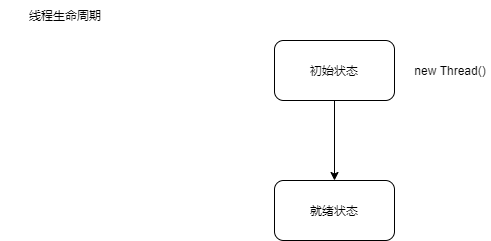
Earlier version of the draw.io export 多线程与高并发/thread.png (LePeitiPrince/note-picture). Source tidied: cells renumbered, new cells last; positions are measured from the earlier drawing's top-left corner, leaving out a move shared by most shapes. Source of this version:
```xml
<mxGraphModel>
  <root>
    <mxCell id="0" />
    <mxCell id="1" parent="0" />
    <mxCell id="2" value="线程生命周期" style="text;html=1;strokeColor=none;fillColor=none;align=center;verticalAlign=middle;whiteSpace=wrap;rounded=0;" parent="1" vertex="1">
      <mxGeometry width="130" height="30" as="geometry" />
    </mxCell>
    <mxCell id="3" style="edgeStyle=orthogonalEdgeStyle;rounded=0;jettySize=auto;html=1;exitX=0.5;exitY=1;exitDx=0;exitDy=0;" parent="1" edge="1" source="4">
      <mxGeometry relative="1" as="geometry">
        <mxPoint x="334" y="180" as="targetPoint" />
      </mxGeometry>
    </mxCell>
    <mxCell id="4" value="初始状态" style="rounded=1;whiteSpace=wrap;html=1;" parent="1" vertex="1">
      <mxGeometry x="274" y="40" width="120" height="60" as="geometry" />
    </mxCell>
    <mxCell id="5" value="就绪状态" style="rounded=1;whiteSpace=wrap;html=1;" parent="1" vertex="1">
      <mxGeometry x="274" y="180" width="120" height="60" as="geometry" />
    </mxCell>
    <mxCell id="6" value="new Thread()" style="text;html=1;strokeColor=none;fillColor=none;align=center;verticalAlign=middle;whiteSpace=wrap;rounded=0;" parent="1" vertex="1">
      <mxGeometry x="410" y="55" width="80" height="30" as="geometry" />
    </mxCell>
  </root>
</mxGraphModel>
```
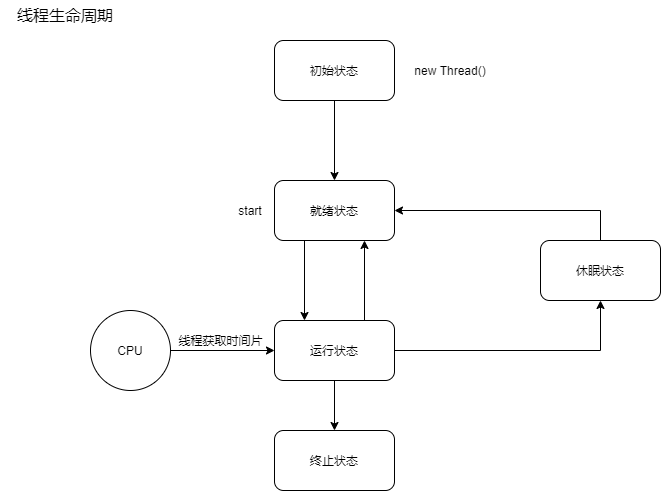
Later version of the same file.

What changed in the source:
```diff
@@ -2,7 +2,7 @@
   <root>
     <mxCell id="0" />
     <mxCell id="1" parent="0" />
-    <mxCell id="2" value="线程生命周期" style="text;html=1;strokeColor=none;fillColor=none;align=center;verticalAlign=middle;whiteSpace=wrap;rounded=0;" parent="1" vertex="1">
+    <mxCell id="2" value="&lt;font style=&quot;font-size: 16px&quot;&gt;线程生命周期&lt;/font&gt;" style="text;html=1;strokeColor=none;fillColor=none;align=center;verticalAlign=middle;whiteSpace=wrap;rounded=0;" parent="1" vertex="1">
       <mxGeometry width="130" height="30" as="geometry" />
     </mxCell>
     <mxCell id="3" style="edgeStyle=orthogonalEdgeStyle;rounded=0;jettySize=auto;html=1;exitX=0.5;exitY=1;exitDx=0;exitDy=0;" parent="1" edge="1" source="4">
@@ -13,11 +13,51 @@
     <mxCell id="4" value="初始状态" style="rounded=1;whiteSpace=wrap;html=1;" parent="1" vertex="1">
       <mxGeometry x="274" y="40" width="120" height="60" as="geometry" />
     </mxCell>
+    <mxCell id="7" style="edgeStyle=orthogonalEdgeStyle;rounded=0;jettySize=auto;html=1;exitX=0.25;exitY=1;exitDx=0;exitDy=0;" parent="1" edge="1" source="5">
+      <mxGeometry relative="1" as="geometry">
+        <mxPoint x="304" y="320" as="targetPoint" />
+      </mxGeometry>
+    </mxCell>
     <mxCell id="5" value="就绪状态" style="rounded=1;whiteSpace=wrap;html=1;" parent="1" vertex="1">
       <mxGeometry x="274" y="180" width="120" height="60" as="geometry" />
     </mxCell>
     <mxCell id="6" value="new Thread()" style="text;html=1;strokeColor=none;fillColor=none;align=center;verticalAlign=middle;whiteSpace=wrap;rounded=0;" parent="1" vertex="1">
       <mxGeometry x="410" y="55" width="80" height="30" as="geometry" />
     </mxCell>
+    <mxCell id="8" value="start" style="text;html=1;strokeColor=none;fillColor=none;align=center;verticalAlign=middle;whiteSpace=wrap;rounded=0;" parent="1" vertex="1">
+      <mxGeometry x="210" y="195" width="80" height="30" as="geometry" />
+    </mxCell>
+    <mxCell id="9" style="edgeStyle=orthogonalEdgeStyle;rounded=0;jettySize=auto;html=1;exitX=0.75;exitY=0;exitDx=0;exitDy=0;entryX=0.75;entryY=1;entryDx=0;entryDy=0;" parent="1" edge="1" source="12" target="5">
+      <mxGeometry relative="1" as="geometry" />
+    </mxCell>
+    <mxCell id="10" style="edgeStyle=orthogonalEdgeStyle;rounded=0;jettySize=auto;html=1;exitX=0.5;exitY=1;exitDx=0;exitDy=0;" parent="1" edge="1" source="12">
+      <mxGeometry relative="1" as="geometry">
+        <mxPoint x="334" y="430" as="targetPoint" />
+      </mxGeometry>
+    </mxCell>
+    <mxCell id="11" style="edgeStyle=orthogonalEdgeStyle;rounded=0;jettySize=auto;html=1;exitX=1;exitY=0.5;exitDx=0;exitDy=0;" parent="1" edge="1" source="12" target="18">
+      <mxGeometry relative="1" as="geometry" />
+    </mxCell>
+    <mxCell id="12" value="运行状态" style="rounded=1;whiteSpace=wrap;html=1;" parent="1" vertex="1">
+      <mxGeometry x="274" y="320" width="120" height="60" as="geometry" />
+    </mxCell>
+    <mxCell id="13" style="edgeStyle=orthogonalEdgeStyle;rounded=0;jettySize=auto;html=1;exitX=1;exitY=0.5;exitDx=0;exitDy=0;entryX=0;entryY=0.5;entryDx=0;entryDy=0;" parent="1" edge="1" source="14" target="12">
+      <mxGeometry relative="1" as="geometry" />
+    </mxCell>
+    <mxCell id="14" value="CPU" style="ellipse;whiteSpace=wrap;html=1;" parent="1" vertex="1">
+      <mxGeometry x="90" y="310" width="80" height="80" as="geometry" />
+    </mxCell>
+    <mxCell id="15" value="线程获取时间片" style="text;html=1;align=center;verticalAlign=middle;strokeColor=none;fillColor=none;" parent="1" vertex="1">
+      <mxGeometry x="170" y="330" width="100" height="20" as="geometry" />
+    </mxCell>
+    <mxCell id="16" value="终止状态" style="rounded=1;whiteSpace=wrap;html=1;" parent="1" vertex="1">
+      <mxGeometry x="274" y="430" width="120" height="60" as="geometry" />
+    </mxCell>
+    <mxCell id="17" style="edgeStyle=orthogonalEdgeStyle;rounded=0;jettySize=auto;html=1;exitX=0.5;exitY=0;exitDx=0;exitDy=0;entryX=1;entryY=0.5;entryDx=0;entryDy=0;" parent="1" edge="1" source="18" target="5">
+      <mxGeometry relative="1" as="geometry" />
+    </mxCell>
+    <mxCell id="18" value="休眠状态" style="rounded=1;whiteSpace=wrap;html=1;" parent="1" vertex="1">
+      <mxGeometry x="540" y="240" width="120" height="60" as="geometry" />
+    </mxCell>
   </root>
 </mxGraphModel>
```
